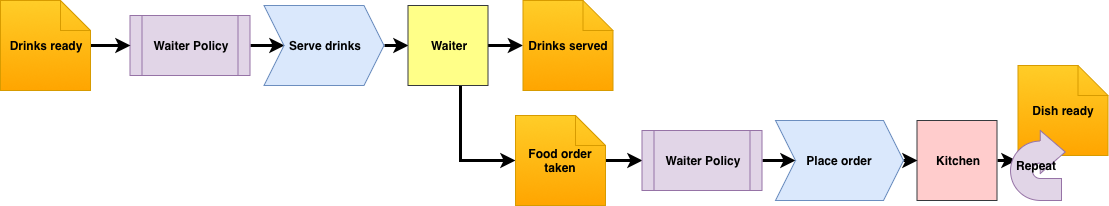
This is img/posts/events-restaurant/processFlowWaiterFood.png from tripledio/tripledio.github.io, a draw.io export, as it was before one commit. Source tidied: cells renumbered, new cells last; positions are measured from the earlier drawing's top-left corner, leaving out a move shared by most shapes. The source it was exported from:
```xml
<mxGraphModel>
  <root>
    <mxCell id="0" />
    <mxCell id="1" parent="0" />
    <mxCell id="2" style="edgeStyle=orthogonalEdgeStyle;rounded=0;jettySize=auto;html=1;exitX=1;exitY=0.5;exitDx=0;exitDy=0;entryX=0.118;entryY=0.429;entryDx=0;entryDy=0;entryPerimeter=0;strokeWidth=3;" parent="1" edge="1" source="3" target="21">
      <mxGeometry relative="1" as="geometry" />
    </mxCell>
    <mxCell id="3" value="&lt;b&gt;Kitchen&lt;/b&gt;&lt;br&gt;" style="whiteSpace=wrap;html=1;fillColor=#ffcccc;strokeColor=#36393d;" parent="1" vertex="1">
      <mxGeometry x="916.5" y="120" width="80" height="80" as="geometry" />
    </mxCell>
    <mxCell id="4" style="edgeStyle=orthogonalEdgeStyle;rounded=0;jettySize=auto;html=1;exitX=1;exitY=0.5;exitDx=0;exitDy=0;entryX=0;entryY=0.5;entryDx=0;entryDy=0;strokeWidth=3;" parent="1" edge="1" source="5" target="7">
      <mxGeometry relative="1" as="geometry" />
    </mxCell>
    <mxCell id="5" value="&lt;b&gt;Waiter Policy&lt;/b&gt;" style="shape=process;whiteSpace=wrap;html=1;backgroundOutline=1;fillColor=#e1d5e7;strokeColor=#9673a6;" parent="1" vertex="1">
      <mxGeometry x="129.5" y="15" width="120" height="60" as="geometry" />
    </mxCell>
    <mxCell id="6" style="edgeStyle=orthogonalEdgeStyle;rounded=0;jettySize=auto;html=1;exitX=1;exitY=0.5;exitDx=0;exitDy=0;entryX=0;entryY=0.5;entryDx=0;entryDy=0;strokeWidth=3;" parent="1" edge="1" source="7" target="10">
      <mxGeometry relative="1" as="geometry" />
    </mxCell>
    <mxCell id="7" value="&lt;b&gt;Serve drinks&lt;/b&gt;" style="shape=step;perimeter=stepPerimeter;whiteSpace=wrap;html=1;fixedSize=1;fillColor=#dae8fc;strokeColor=#6c8ebf;" parent="1" vertex="1">
      <mxGeometry x="263.5" y="5" width="120" height="80" as="geometry" />
    </mxCell>
    <mxCell id="8" style="edgeStyle=orthogonalEdgeStyle;rounded=0;jettySize=auto;html=1;strokeWidth=3;" parent="1" edge="1" source="10" target="13">
      <mxGeometry relative="1" as="geometry" />
    </mxCell>
    <mxCell id="9" style="edgeStyle=orthogonalEdgeStyle;rounded=0;jettySize=auto;html=1;entryX=0;entryY=0.5;entryDx=0;entryDy=0;entryPerimeter=0;strokeWidth=3;" parent="1" edge="1" source="10" target="15">
      <mxGeometry relative="1" as="geometry">
        <Array as="points">
          <mxPoint x="460" y="160" />
        </Array>
      </mxGeometry>
    </mxCell>
    <mxCell id="10" value="&lt;b&gt;Waiter&lt;/b&gt;" style="whiteSpace=wrap;html=1;fillColor=#ffff88;strokeColor=#36393d;" parent="1" vertex="1">
      <mxGeometry x="407.5" y="5" width="80" height="80" as="geometry" />
    </mxCell>
    <mxCell id="11" style="edgeStyle=orthogonalEdgeStyle;rounded=0;jettySize=auto;html=1;entryX=0;entryY=0.5;entryDx=0;entryDy=0;strokeWidth=3;" parent="1" edge="1" source="12" target="5">
      <mxGeometry relative="1" as="geometry" />
    </mxCell>
    <mxCell id="12" value="&lt;b&gt;Drinks ready&lt;/b&gt;&lt;br&gt;" style="shape=note;whiteSpace=wrap;html=1;backgroundOutline=1;fillColor=#ffcd28;strokeColor=#d79b00;gradientColor=#ffa500;" parent="1" vertex="1">
      <mxGeometry width="90" height="90" as="geometry" />
    </mxCell>
    <mxCell id="13" value="&lt;b&gt;Drinks served&lt;/b&gt;&lt;br&gt;" style="shape=note;whiteSpace=wrap;html=1;backgroundOutline=1;fillColor=#ffcd28;strokeColor=#d79b00;gradientColor=#ffa500;" parent="1" vertex="1">
      <mxGeometry x="522.5" width="90" height="90" as="geometry" />
    </mxCell>
    <mxCell id="14" style="edgeStyle=orthogonalEdgeStyle;rounded=0;jettySize=auto;html=1;entryX=0;entryY=0.5;entryDx=0;entryDy=0;strokeWidth=3;" parent="1" edge="1" source="15" target="18">
      <mxGeometry relative="1" as="geometry" />
    </mxCell>
    <mxCell id="15" value="&lt;b&gt;Food order taken&lt;/b&gt;&lt;br&gt;" style="shape=note;whiteSpace=wrap;html=1;backgroundOutline=1;fillColor=#ffcd28;strokeColor=#d79b00;gradientColor=#ffa500;" parent="1" vertex="1">
      <mxGeometry x="515" y="115" width="90" height="90" as="geometry" />
    </mxCell>
    <mxCell id="16" value="&lt;b&gt;Dish ready&lt;/b&gt;&lt;br&gt;" style="shape=note;whiteSpace=wrap;html=1;backgroundOutline=1;fillColor=#ffcd28;strokeColor=#d79b00;gradientColor=#ffa500;" parent="1" vertex="1">
      <mxGeometry x="1017.5" y="65" width="90" height="90" as="geometry" />
    </mxCell>
    <mxCell id="17" style="edgeStyle=orthogonalEdgeStyle;rounded=0;jettySize=auto;html=1;exitX=1;exitY=0.5;exitDx=0;exitDy=0;entryX=0;entryY=0.5;entryDx=0;entryDy=0;strokeWidth=3;" parent="1" edge="1" source="18" target="20">
      <mxGeometry relative="1" as="geometry" />
    </mxCell>
    <mxCell id="18" value="&lt;b&gt;Waiter Policy&lt;/b&gt;" style="shape=process;whiteSpace=wrap;html=1;backgroundOutline=1;fillColor=#e1d5e7;strokeColor=#9673a6;" parent="1" vertex="1">
      <mxGeometry x="641.5" y="130" width="120" height="60" as="geometry" />
    </mxCell>
    <mxCell id="19" style="edgeStyle=orthogonalEdgeStyle;rounded=0;jettySize=auto;html=1;exitX=1;exitY=0.5;exitDx=0;exitDy=0;entryX=0;entryY=0.5;entryDx=0;entryDy=0;strokeWidth=3;" parent="1" edge="1" source="20" target="3">
      <mxGeometry relative="1" as="geometry" />
    </mxCell>
    <mxCell id="20" value="&lt;b&gt;Place order&lt;/b&gt;" style="shape=step;perimeter=stepPerimeter;whiteSpace=wrap;html=1;fixedSize=1;fillColor=#dae8fc;strokeColor=#6c8ebf;" parent="1" vertex="1">
      <mxGeometry x="775" y="120" width="128" height="80" as="geometry" />
    </mxCell>
    <mxCell id="21" value="&lt;b&gt;Repeat&lt;/b&gt;" style="html=1;shadow=0;dashed=0;align=center;verticalAlign=middle;shape=mxgraph.arrows2.uTurnArrow;dy=11;arrowHead=43;dx2=25;fillColor=#e1d5e7;strokeColor=#9673a6;" parent="1" vertex="1">
      <mxGeometry x="1010" y="130" width="51" height="70" as="geometry" />
    </mxCell>
  </root>
</mxGraphModel>
```
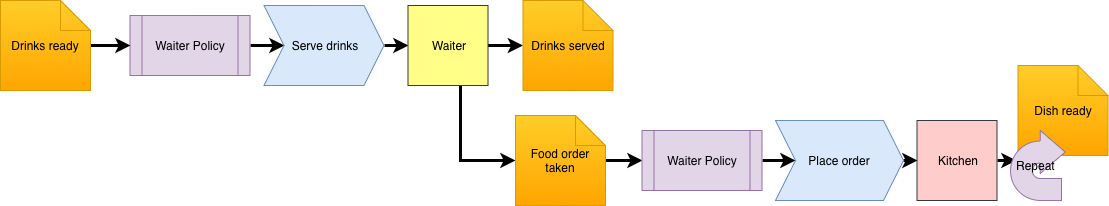
After the change.

Change to the diagram source:
```diff
@@ -2,68 +2,68 @@
   <root>
     <mxCell id="0" />
     <mxCell id="1" parent="0" />
-    <mxCell id="2" style="edgeStyle=orthogonalEdgeStyle;rounded=0;jettySize=auto;html=1;exitX=1;exitY=0.5;exitDx=0;exitDy=0;entryX=0.118;entryY=0.429;entryDx=0;entryDy=0;entryPerimeter=0;strokeWidth=3;" parent="1" edge="1" source="3" target="21">
+    <mxCell id="2" style="edgeStyle=orthogonalEdgeStyle;rounded=0;jettySize=auto;html=1;exitX=1;exitY=0.5;exitDx=0;exitDy=0;entryX=0.118;entryY=0.429;entryDx=0;entryDy=0;entryPerimeter=0;strokeWidth=3;fontStyle=0;" parent="1" edge="1" source="3" target="21">
       <mxGeometry relative="1" as="geometry" />
     </mxCell>
-    <mxCell id="3" value="&lt;b&gt;Kitchen&lt;/b&gt;&lt;br&gt;" style="whiteSpace=wrap;html=1;fillColor=#ffcccc;strokeColor=#36393d;" parent="1" vertex="1">
+    <mxCell id="3" value="&lt;span&gt;Kitchen&lt;/span&gt;&lt;br&gt;" style="whiteSpace=wrap;html=1;fillColor=#ffcccc;strokeColor=#36393d;fontStyle=0;" parent="1" vertex="1">
       <mxGeometry x="916.5" y="120" width="80" height="80" as="geometry" />
     </mxCell>
-    <mxCell id="4" style="edgeStyle=orthogonalEdgeStyle;rounded=0;jettySize=auto;html=1;exitX=1;exitY=0.5;exitDx=0;exitDy=0;entryX=0;entryY=0.5;entryDx=0;entryDy=0;strokeWidth=3;" parent="1" edge="1" source="5" target="7">
+    <mxCell id="4" style="edgeStyle=orthogonalEdgeStyle;rounded=0;jettySize=auto;html=1;exitX=1;exitY=0.5;exitDx=0;exitDy=0;entryX=0;entryY=0.5;entryDx=0;entryDy=0;strokeWidth=3;fontStyle=0;" parent="1" edge="1" source="5" target="7">
       <mxGeometry relative="1" as="geometry" />
     </mxCell>
-    <mxCell id="5" value="&lt;b&gt;Waiter Policy&lt;/b&gt;" style="shape=process;whiteSpace=wrap;html=1;backgroundOutline=1;fillColor=#e1d5e7;strokeColor=#9673a6;" parent="1" vertex="1">
+    <mxCell id="5" value="&lt;span&gt;Waiter Policy&lt;/span&gt;" style="shape=process;whiteSpace=wrap;html=1;backgroundOutline=1;fillColor=#e1d5e7;strokeColor=#9673a6;fontStyle=0;" parent="1" vertex="1">
       <mxGeometry x="129.5" y="15" width="120" height="60" as="geometry" />
     </mxCell>
-    <mxCell id="6" style="edgeStyle=orthogonalEdgeStyle;rounded=0;jettySize=auto;html=1;exitX=1;exitY=0.5;exitDx=0;exitDy=0;entryX=0;entryY=0.5;entryDx=0;entryDy=0;strokeWidth=3;" parent="1" edge="1" source="7" target="10">
+    <mxCell id="6" style="edgeStyle=orthogonalEdgeStyle;rounded=0;jettySize=auto;html=1;exitX=1;exitY=0.5;exitDx=0;exitDy=0;entryX=0;entryY=0.5;entryDx=0;entryDy=0;strokeWidth=3;fontStyle=0;" parent="1" edge="1" source="7" target="10">
       <mxGeometry relative="1" as="geometry" />
     </mxCell>
-    <mxCell id="7" value="&lt;b&gt;Serve drinks&lt;/b&gt;" style="shape=step;perimeter=stepPerimeter;whiteSpace=wrap;html=1;fixedSize=1;fillColor=#dae8fc;strokeColor=#6c8ebf;" parent="1" vertex="1">
+    <mxCell id="7" value="&lt;span&gt;Serve drinks&lt;/span&gt;" style="shape=step;perimeter=stepPerimeter;whiteSpace=wrap;html=1;fixedSize=1;fillColor=#dae8fc;strokeColor=#6c8ebf;fontStyle=0;" parent="1" vertex="1">
       <mxGeometry x="263.5" y="5" width="120" height="80" as="geometry" />
     </mxCell>
-    <mxCell id="8" style="edgeStyle=orthogonalEdgeStyle;rounded=0;jettySize=auto;html=1;strokeWidth=3;" parent="1" edge="1" source="10" target="13">
+    <mxCell id="8" style="edgeStyle=orthogonalEdgeStyle;rounded=0;jettySize=auto;html=1;strokeWidth=3;fontStyle=0;" parent="1" edge="1" source="10" target="13">
       <mxGeometry relative="1" as="geometry" />
     </mxCell>
-    <mxCell id="9" style="edgeStyle=orthogonalEdgeStyle;rounded=0;jettySize=auto;html=1;entryX=0;entryY=0.5;entryDx=0;entryDy=0;entryPerimeter=0;strokeWidth=3;" parent="1" edge="1" source="10" target="15">
+    <mxCell id="9" style="edgeStyle=orthogonalEdgeStyle;rounded=0;jettySize=auto;html=1;entryX=0;entryY=0.5;entryDx=0;entryDy=0;entryPerimeter=0;strokeWidth=3;fontStyle=0;" parent="1" edge="1" source="10" target="15">
       <mxGeometry relative="1" as="geometry">
         <Array as="points">
           <mxPoint x="460" y="160" />
         </Array>
       </mxGeometry>
     </mxCell>
-    <mxCell id="10" value="&lt;b&gt;Waiter&lt;/b&gt;" style="whiteSpace=wrap;html=1;fillColor=#ffff88;strokeColor=#36393d;" parent="1" vertex="1">
+    <mxCell id="10" value="&lt;span&gt;Waiter&lt;/span&gt;" style="whiteSpace=wrap;html=1;fillColor=#ffff88;strokeColor=#36393d;fontStyle=0;" parent="1" vertex="1">
       <mxGeometry x="407.5" y="5" width="80" height="80" as="geometry" />
     </mxCell>
-    <mxCell id="11" style="edgeStyle=orthogonalEdgeStyle;rounded=0;jettySize=auto;html=1;entryX=0;entryY=0.5;entryDx=0;entryDy=0;strokeWidth=3;" parent="1" edge="1" source="12" target="5">
+    <mxCell id="11" style="edgeStyle=orthogonalEdgeStyle;rounded=0;jettySize=auto;html=1;entryX=0;entryY=0.5;entryDx=0;entryDy=0;strokeWidth=3;fontStyle=0;" parent="1" edge="1" source="12" target="5">
       <mxGeometry relative="1" as="geometry" />
     </mxCell>
-    <mxCell id="12" value="&lt;b&gt;Drinks ready&lt;/b&gt;&lt;br&gt;" style="shape=note;whiteSpace=wrap;html=1;backgroundOutline=1;fillColor=#ffcd28;strokeColor=#d79b00;gradientColor=#ffa500;" parent="1" vertex="1">
+    <mxCell id="12" value="&lt;span&gt;Drinks ready&lt;/span&gt;&lt;br&gt;" style="shape=note;whiteSpace=wrap;html=1;backgroundOutline=1;fillColor=#ffcd28;strokeColor=#d79b00;gradientColor=#ffa500;fontStyle=0;" parent="1" vertex="1">
       <mxGeometry width="90" height="90" as="geometry" />
     </mxCell>
-    <mxCell id="13" value="&lt;b&gt;Drinks served&lt;/b&gt;&lt;br&gt;" style="shape=note;whiteSpace=wrap;html=1;backgroundOutline=1;fillColor=#ffcd28;strokeColor=#d79b00;gradientColor=#ffa500;" parent="1" vertex="1">
+    <mxCell id="13" value="&lt;span&gt;Drinks served&lt;/span&gt;&lt;br&gt;" style="shape=note;whiteSpace=wrap;html=1;backgroundOutline=1;fillColor=#ffcd28;strokeColor=#d79b00;gradientColor=#ffa500;fontStyle=0;" parent="1" vertex="1">
       <mxGeometry x="522.5" width="90" height="90" as="geometry" />
     </mxCell>
-    <mxCell id="14" style="edgeStyle=orthogonalEdgeStyle;rounded=0;jettySize=auto;html=1;entryX=0;entryY=0.5;entryDx=0;entryDy=0;strokeWidth=3;" parent="1" edge="1" source="15" target="18">
+    <mxCell id="14" style="edgeStyle=orthogonalEdgeStyle;rounded=0;jettySize=auto;html=1;entryX=0;entryY=0.5;entryDx=0;entryDy=0;strokeWidth=3;fontStyle=0;" parent="1" edge="1" source="15" target="18">
       <mxGeometry relative="1" as="geometry" />
     </mxCell>
-    <mxCell id="15" value="&lt;b&gt;Food order taken&lt;/b&gt;&lt;br&gt;" style="shape=note;whiteSpace=wrap;html=1;backgroundOutline=1;fillColor=#ffcd28;strokeColor=#d79b00;gradientColor=#ffa500;" parent="1" vertex="1">
+    <mxCell id="15" value="&lt;span&gt;Food order taken&lt;/span&gt;&lt;br&gt;" style="shape=note;whiteSpace=wrap;html=1;backgroundOutline=1;fillColor=#ffcd28;strokeColor=#d79b00;gradientColor=#ffa500;fontStyle=0;" parent="1" vertex="1">
       <mxGeometry x="515" y="115" width="90" height="90" as="geometry" />
     </mxCell>
-    <mxCell id="16" value="&lt;b&gt;Dish ready&lt;/b&gt;&lt;br&gt;" style="shape=note;whiteSpace=wrap;html=1;backgroundOutline=1;fillColor=#ffcd28;strokeColor=#d79b00;gradientColor=#ffa500;" parent="1" vertex="1">
+    <mxCell id="16" value="&lt;span&gt;Dish ready&lt;/span&gt;&lt;br&gt;" style="shape=note;whiteSpace=wrap;html=1;backgroundOutline=1;fillColor=#ffcd28;strokeColor=#d79b00;gradientColor=#ffa500;fontStyle=0;" parent="1" vertex="1">
       <mxGeometry x="1017.5" y="65" width="90" height="90" as="geometry" />
     </mxCell>
-    <mxCell id="17" style="edgeStyle=orthogonalEdgeStyle;rounded=0;jettySize=auto;html=1;exitX=1;exitY=0.5;exitDx=0;exitDy=0;entryX=0;entryY=0.5;entryDx=0;entryDy=0;strokeWidth=3;" parent="1" edge="1" source="18" target="20">
+    <mxCell id="17" style="edgeStyle=orthogonalEdgeStyle;rounded=0;jettySize=auto;html=1;exitX=1;exitY=0.5;exitDx=0;exitDy=0;entryX=0;entryY=0.5;entryDx=0;entryDy=0;strokeWidth=3;fontStyle=0;" parent="1" edge="1" source="18" target="20">
       <mxGeometry relative="1" as="geometry" />
     </mxCell>
-    <mxCell id="18" value="&lt;b&gt;Waiter Policy&lt;/b&gt;" style="shape=process;whiteSpace=wrap;html=1;backgroundOutline=1;fillColor=#e1d5e7;strokeColor=#9673a6;" parent="1" vertex="1">
+    <mxCell id="18" value="&lt;span&gt;Waiter Policy&lt;/span&gt;" style="shape=process;whiteSpace=wrap;html=1;backgroundOutline=1;fillColor=#e1d5e7;strokeColor=#9673a6;fontStyle=0;" parent="1" vertex="1">
       <mxGeometry x="641.5" y="130" width="120" height="60" as="geometry" />
     </mxCell>
-    <mxCell id="19" style="edgeStyle=orthogonalEdgeStyle;rounded=0;jettySize=auto;html=1;exitX=1;exitY=0.5;exitDx=0;exitDy=0;entryX=0;entryY=0.5;entryDx=0;entryDy=0;strokeWidth=3;" parent="1" edge="1" source="20" target="3">
+    <mxCell id="19" style="edgeStyle=orthogonalEdgeStyle;rounded=0;jettySize=auto;html=1;exitX=1;exitY=0.5;exitDx=0;exitDy=0;entryX=0;entryY=0.5;entryDx=0;entryDy=0;strokeWidth=3;fontStyle=0;" parent="1" edge="1" source="20" target="3">
       <mxGeometry relative="1" as="geometry" />
     </mxCell>
-    <mxCell id="20" value="&lt;b&gt;Place order&lt;/b&gt;" style="shape=step;perimeter=stepPerimeter;whiteSpace=wrap;html=1;fixedSize=1;fillColor=#dae8fc;strokeColor=#6c8ebf;" parent="1" vertex="1">
+    <mxCell id="20" value="&lt;span&gt;Place order&lt;/span&gt;" style="shape=step;perimeter=stepPerimeter;whiteSpace=wrap;html=1;fixedSize=1;fillColor=#dae8fc;strokeColor=#6c8ebf;fontStyle=0;" parent="1" vertex="1">
       <mxGeometry x="775" y="120" width="128" height="80" as="geometry" />
     </mxCell>
-    <mxCell id="21" value="&lt;b&gt;Repeat&lt;/b&gt;" style="html=1;shadow=0;dashed=0;align=center;verticalAlign=middle;shape=mxgraph.arrows2.uTurnArrow;dy=11;arrowHead=43;dx2=25;fillColor=#e1d5e7;strokeColor=#9673a6;" parent="1" vertex="1">
+    <mxCell id="21" value="&lt;span&gt;Repeat&lt;/span&gt;" style="html=1;shadow=0;dashed=0;align=center;verticalAlign=middle;shape=mxgraph.arrows2.uTurnArrow;dy=11;arrowHead=43;dx2=25;fillColor=#e1d5e7;strokeColor=#9673a6;fontStyle=0;" parent="1" vertex="1">
       <mxGeometry x="1010" y="130" width="51" height="70" as="geometry" />
     </mxCell>
   </root>
```
